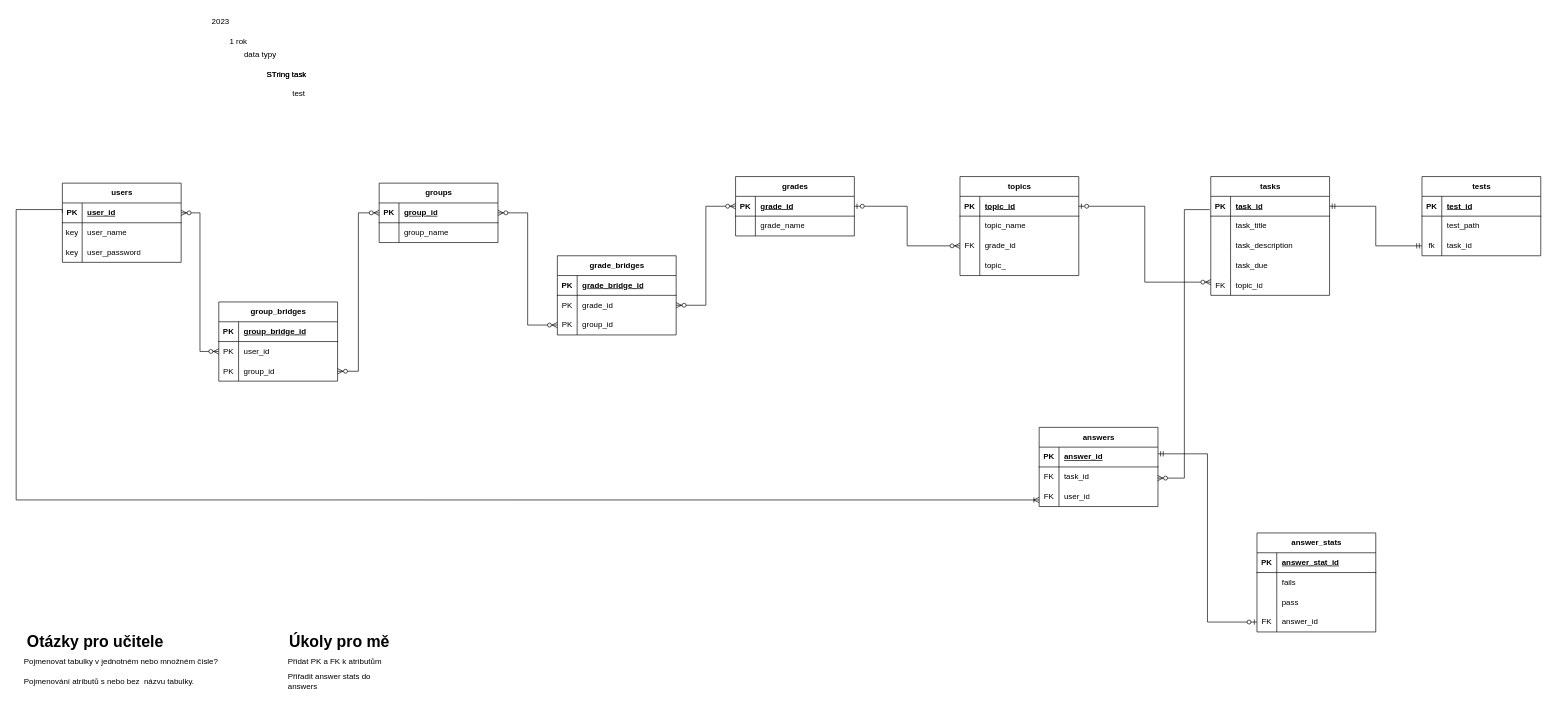
Plebicek/CodeTester keeps this draw.io diagram as diagrams/db.drawio. Above is the earlier version. Source tidied: cells renumbered, new cells numbered last; positions are measured from the earlier drawing's top-left corner, leaving out a move shared by most shapes. Both pictures are drawn from the tidied source at 66%, with x=0, y=0 at pixel (16, 11).
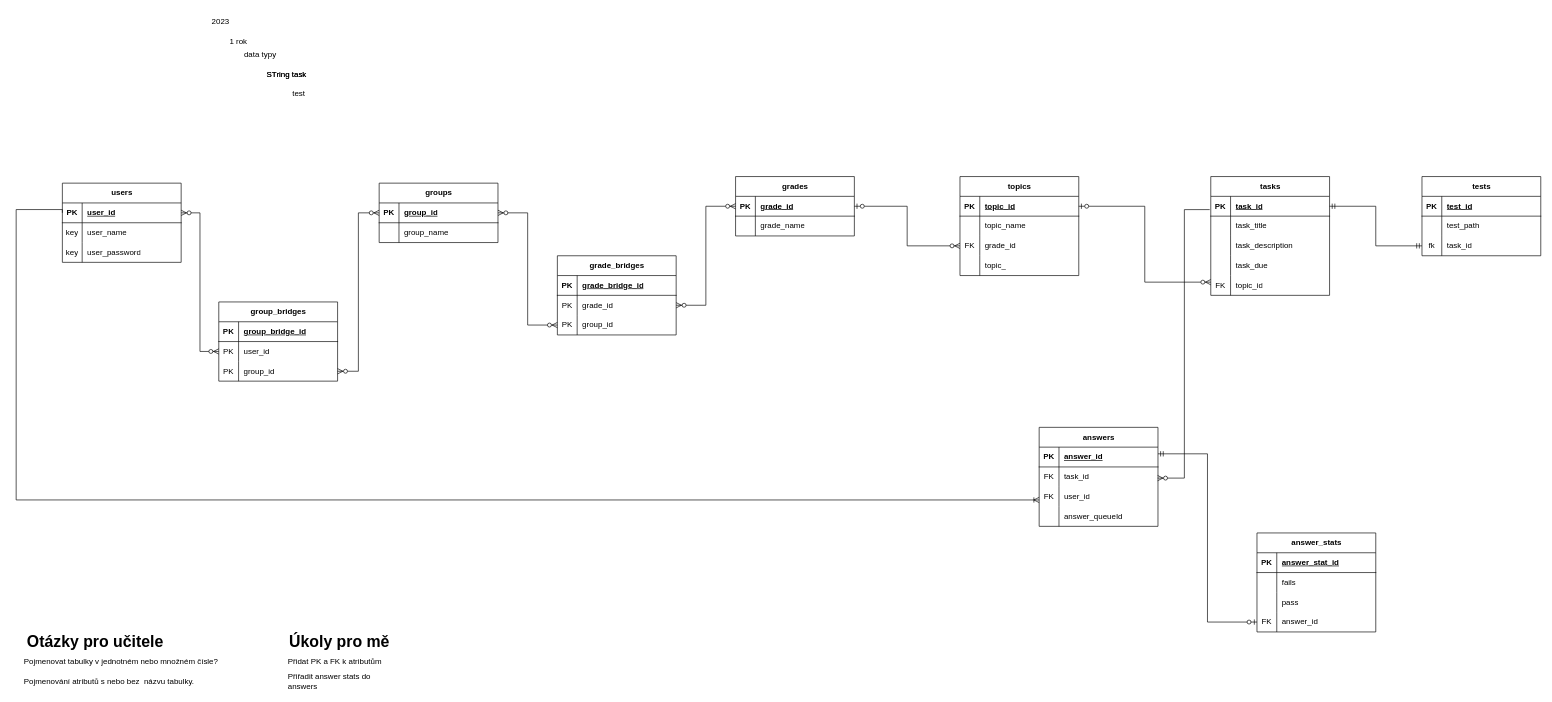
After the change.

What changed in the source:
```diff
@@
     <mxCell id="92" value="answers" style="shape=table;startSize=30;childLayout=tableLayout;rowLines=0;fontStyle=1;align=center;html=1;" parent="1" vertex="1">
-      <mxGeometry x="1550" y="630" width="180" height="120" as="geometry" />
+      <mxGeometry x="1550" y="630" width="180" height="150" as="geometry" />
     </mxCell>
@@
+    <mxCell id="131" style="shape=tableRow;horizontal=0;startSize=0;swimlaneHead=0;swimlaneBody=0;fillColor=none;top=0;left=0;right=0;bottom=0;" parent="92" vertex="1">
+      <mxGeometry y="120" width="180" height="30" as="geometry" />
+    </mxCell>
+    <mxCell id="132" style="shape=partialRectangle;fillColor=none;top=0;left=0;bottom=0;right=0;overflow=hidden;whiteSpace=wrap;html=1;" parent="131" vertex="1">
+      <mxGeometry width="30" height="30" as="geometry" />
+    </mxCell>
+    <mxCell id="133" value="answer_queueId" style="shape=partialRectangle;fillColor=none;top=0;left=0;bottom=0;right=0;align=left;spacingLeft=6;overflow=hidden;whiteSpace=wrap;html=1;" parent="131" vertex="1">
+      <mxGeometry x="30" width="150" height="30" as="geometry" />
+    </mxCell>
```
